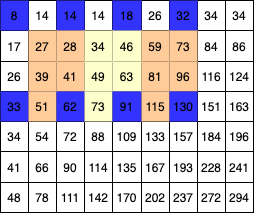
Before: 2021/04/27/人脸检测之Haar特征介绍/haar-x3-special.drawio.png, a diagram exported from draw.io (YlJava110/GitText). Source tidied: cells renumbered, new cells last; positions are measured from the earlier drawing's top-left corner, leaving out a move shared by most shapes.
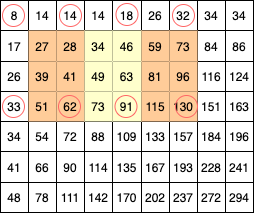
Above is the later version.

Change to the diagram source:
```diff
@@ -8,25 +8,25 @@
     <mxCell id="3" style="shape=partialRectangle;html=1;whiteSpace=wrap;fillColor=none;top=0;left=0;bottom=0;right=0;" parent="2" vertex="1">
       <mxGeometry width="253" height="30" as="geometry" />
     </mxCell>
-    <mxCell id="4" value="8" style="shape=partialRectangle;html=1;whiteSpace=wrap;overflow=hidden;top=0;left=0;bottom=0;right=0;fillColor=#3333FF;" parent="3" vertex="1">
+    <mxCell id="4" value="8" style="shape=partialRectangle;html=1;whiteSpace=wrap;overflow=hidden;top=0;left=0;bottom=0;right=0;fillColor=none;" parent="3" vertex="1">
       <mxGeometry width="28" height="30" as="geometry" />
     </mxCell>
     <mxCell id="5" value="14" style="shape=partialRectangle;html=1;whiteSpace=wrap;overflow=hidden;fillColor=none;top=0;left=0;bottom=0;right=0;" parent="3" vertex="1">
       <mxGeometry x="28" width="28" height="30" as="geometry" />
     </mxCell>
-    <mxCell id="6" value="14" style="shape=partialRectangle;html=1;whiteSpace=wrap;overflow=hidden;top=0;left=0;bottom=0;right=0;fillColor=#3333FF;" parent="3" vertex="1">
+    <mxCell id="6" value="14" style="shape=partialRectangle;html=1;whiteSpace=wrap;overflow=hidden;top=0;left=0;bottom=0;right=0;fillColor=none;" parent="3" vertex="1">
       <mxGeometry x="56" width="28" height="30" as="geometry" />
     </mxCell>
     <mxCell id="7" value="14" style="shape=partialRectangle;html=1;whiteSpace=wrap;overflow=hidden;fillColor=none;top=0;left=0;bottom=0;right=0;" parent="3" vertex="1">
       <mxGeometry x="84" width="28" height="30" as="geometry" />
     </mxCell>
-    <mxCell id="8" value="18" style="shape=partialRectangle;html=1;whiteSpace=wrap;overflow=hidden;top=0;left=0;bottom=0;right=0;fillColor=#3333FF;" parent="3" vertex="1">
+    <mxCell id="8" value="18" style="shape=partialRectangle;html=1;whiteSpace=wrap;overflow=hidden;top=0;left=0;bottom=0;right=0;fillColor=none;" parent="3" vertex="1">
       <mxGeometry x="112" width="29" height="30" as="geometry" />
     </mxCell>
     <mxCell id="9" value="26" style="shape=partialRectangle;html=1;whiteSpace=wrap;overflow=hidden;fillColor=none;top=0;left=0;bottom=0;right=0;" parent="3" vertex="1">
       <mxGeometry x="141" width="28" height="30" as="geometry" />
     </mxCell>
-    <mxCell id="10" value="32" style="shape=partialRectangle;html=1;whiteSpace=wrap;overflow=hidden;top=0;left=0;bottom=0;right=0;fillColor=#3333FF;" parent="3" vertex="1">
+    <mxCell id="10" value="32" style="shape=partialRectangle;html=1;whiteSpace=wrap;overflow=hidden;top=0;left=0;bottom=0;right=0;fillColor=none;" parent="3" vertex="1">
       <mxGeometry x="169" width="28" height="30" as="geometry" />
     </mxCell>
     <mxCell id="11" value="34" style="shape=partialRectangle;html=1;whiteSpace=wrap;overflow=hidden;fillColor=none;top=0;left=0;bottom=0;right=0;" parent="3" vertex="1">
@@ -98,25 +98,25 @@
     <mxCell id="33" style="shape=partialRectangle;html=1;whiteSpace=wrap;fillColor=none;top=0;left=0;bottom=0;right=0;" parent="2" vertex="1">
       <mxGeometry y="91" width="253" height="30" as="geometry" />
     </mxCell>
-    <mxCell id="34" value="33" style="shape=partialRectangle;html=1;whiteSpace=wrap;overflow=hidden;top=0;left=0;bottom=0;right=0;fillColor=#3333FF;" parent="33" vertex="1">
+    <mxCell id="34" value="33" style="shape=partialRectangle;html=1;whiteSpace=wrap;overflow=hidden;top=0;left=0;bottom=0;right=0;fillColor=none;" parent="33" vertex="1">
       <mxGeometry width="28" height="30" as="geometry" />
     </mxCell>
     <mxCell id="35" value="51" style="shape=partialRectangle;html=1;whiteSpace=wrap;overflow=hidden;top=0;left=0;bottom=0;right=0;strokeColor=#3333FF;fillColor=#FFCC99;fontColor=#000000;" parent="33" vertex="1">
       <mxGeometry x="28" width="28" height="30" as="geometry" />
     </mxCell>
-    <mxCell id="36" value="62" style="shape=partialRectangle;html=1;whiteSpace=wrap;overflow=hidden;top=0;left=0;bottom=0;right=0;fontColor=#000000;strokeColor=#FF6666;strokeWidth=1;fillColor=#3333FF;" parent="33" vertex="1">
+    <mxCell id="36" value="62" style="shape=partialRectangle;html=1;whiteSpace=wrap;overflow=hidden;top=0;left=0;bottom=0;right=0;fontColor=#000000;strokeColor=#FF6666;strokeWidth=1;fillColor=#FFCC99;" parent="33" vertex="1">
       <mxGeometry x="56" width="28" height="30" as="geometry" />
     </mxCell>
     <mxCell id="37" value="73" style="shape=partialRectangle;html=1;whiteSpace=wrap;overflow=hidden;top=0;left=0;bottom=0;right=0;strokeColor=#3333FF;fillColor=#FFFFCC;" parent="33" vertex="1">
       <mxGeometry x="84" width="28" height="30" as="geometry" />
     </mxCell>
-    <mxCell id="38" value="91" style="shape=partialRectangle;html=1;whiteSpace=wrap;overflow=hidden;top=0;left=0;bottom=0;right=0;strokeColor=#3333FF;fillColor=#3333FF;" parent="33" vertex="1">
+    <mxCell id="38" value="91" style="shape=partialRectangle;html=1;whiteSpace=wrap;overflow=hidden;top=0;left=0;bottom=0;right=0;strokeColor=#3333FF;fillColor=#FFFFCC;" parent="33" vertex="1">
       <mxGeometry x="112" width="29" height="30" as="geometry" />
     </mxCell>
     <mxCell id="39" value="115" style="shape=partialRectangle;html=1;whiteSpace=wrap;overflow=hidden;top=0;left=0;bottom=0;right=0;strokeColor=#3333FF;fillColor=#FFCC99;fontColor=#000000;" parent="33" vertex="1">
       <mxGeometry x="141" width="28" height="30" as="geometry" />
     </mxCell>
-    <mxCell id="40" value="130" style="shape=partialRectangle;html=1;whiteSpace=wrap;overflow=hidden;top=0;left=0;bottom=0;right=0;strokeColor=#3333FF;fontColor=#000000;fillColor=#3333FF;" parent="33" vertex="1">
+    <mxCell id="40" value="130" style="shape=partialRectangle;html=1;whiteSpace=wrap;overflow=hidden;top=0;left=0;bottom=0;right=0;strokeColor=#3333FF;fontColor=#000000;fillColor=#FFCC99;" parent="33" vertex="1">
       <mxGeometry x="169" width="28" height="30" as="geometry" />
     </mxCell>
     <mxCell id="41" value="151" style="shape=partialRectangle;html=1;whiteSpace=wrap;overflow=hidden;fillColor=none;top=0;left=0;bottom=0;right=0;" parent="33" vertex="1">
@@ -215,5 +215,29 @@
     <mxCell id="72" value="294" style="shape=partialRectangle;html=1;whiteSpace=wrap;overflow=hidden;fillColor=none;top=0;left=0;bottom=0;right=0;" parent="63" vertex="1">
       <mxGeometry x="225" width="28" height="30" as="geometry" />
     </mxCell>
+    <mxCell id="73" style="ellipse;whiteSpace=wrap;html=1;fontColor=#FFFFFF;fillColor=none;strokeColor=#FF6666;" parent="1" vertex="1">
+      <mxGeometry x="2" y="4" width="22" height="22" as="geometry" />
+    </mxCell>
+    <mxCell id="74" style="ellipse;whiteSpace=wrap;html=1;fontColor=#FFFFFF;fillColor=none;strokeColor=#FF6666;" parent="1" vertex="1">
+      <mxGeometry x="2" y="95" width="22" height="22" as="geometry" />
+    </mxCell>
+    <mxCell id="75" style="ellipse;whiteSpace=wrap;html=1;fontColor=#FFFFFF;fillColor=none;strokeColor=#FF6666;" parent="1" vertex="1">
+      <mxGeometry x="58" y="95" width="22" height="22" as="geometry" />
+    </mxCell>
+    <mxCell id="76" style="ellipse;whiteSpace=wrap;html=1;fontColor=#FFFFFF;fillColor=none;strokeColor=#FF6666;" parent="1" vertex="1">
+      <mxGeometry x="114.5" y="95" width="22" height="22" as="geometry" />
+    </mxCell>
+    <mxCell id="77" style="ellipse;whiteSpace=wrap;html=1;fontColor=#FFFFFF;fillColor=none;strokeColor=#FF6666;" parent="1" vertex="1">
+      <mxGeometry x="175" y="95" width="22" height="22" as="geometry" />
+    </mxCell>
+    <mxCell id="78" style="ellipse;whiteSpace=wrap;html=1;fontColor=#FFFFFF;fillColor=none;strokeColor=#FF6666;" parent="1" vertex="1">
+      <mxGeometry x="59" y="4" width="22" height="22" as="geometry" />
+    </mxCell>
+    <mxCell id="79" style="ellipse;whiteSpace=wrap;html=1;fontColor=#FFFFFF;fillColor=none;strokeColor=#FF6666;" parent="1" vertex="1">
+      <mxGeometry x="115.5" y="3" width="22" height="22" as="geometry" />
+    </mxCell>
+    <mxCell id="80" style="ellipse;whiteSpace=wrap;html=1;fontColor=#FFFFFF;fillColor=none;strokeColor=#FF6666;" parent="1" vertex="1">
+      <mxGeometry x="172" y="4" width="22" height="22" as="geometry" />
+    </mxCell>
   </root>
 </mxGraphModel>
```
